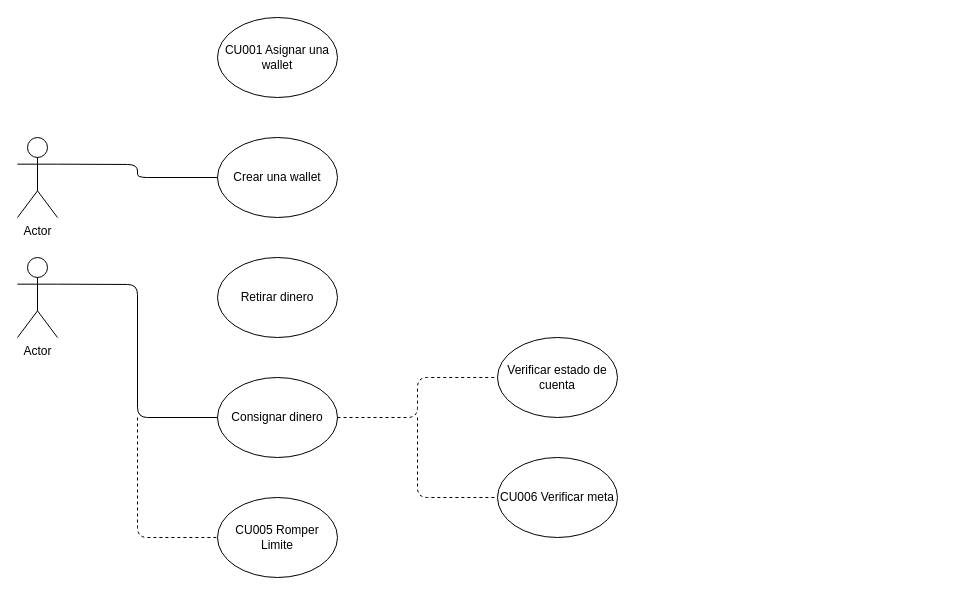
Earlier version of the draw.io diagram page "Page-1" (1 of 2) of Untitled Diagram.drawio (FranciscoMB21/group28java). Source tidied: cells renumbered, new cells numbered last; positions are measured from the earlier drawing's top-left corner, leaving out a move shared by most shapes. Both pictures are drawn from the tidied source at 100%, with x=0, y=0 at pixel (17, 17).
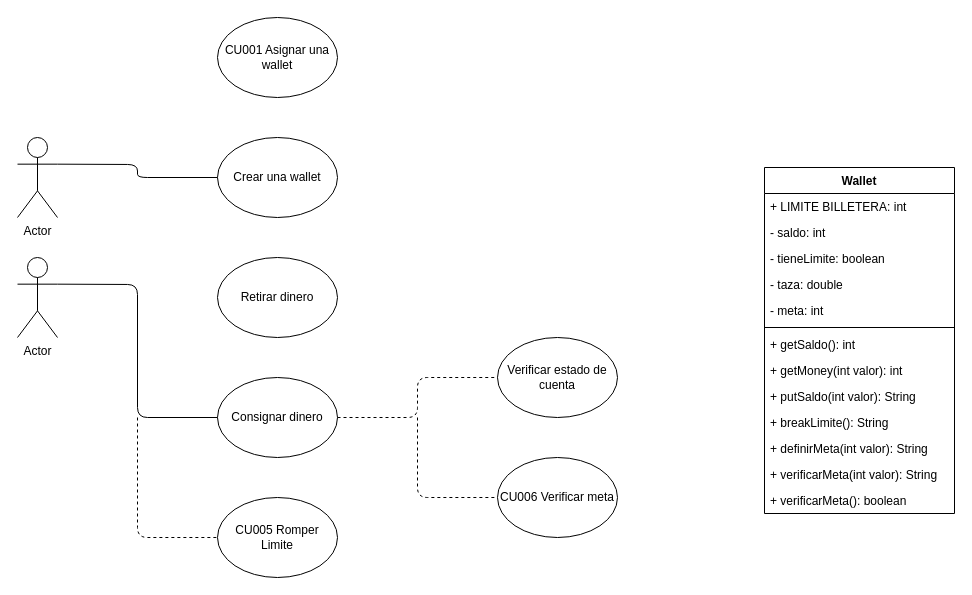
The same diagram, later.

The edit, as a diff of the source:
```diff
@@
+    <mxCell id="16" value="Wallet" style="swimlane;fontStyle=1;align=center;verticalAlign=top;horizontal=1;startSize=26;" parent="1" vertex="1">
+      <mxGeometry x="747" y="150" width="190" height="346" as="geometry" />
+    </mxCell>
+    <mxCell id="17" value="+ LIMITE BILLETERA: int&#10;" style="text;strokeColor=none;fillColor=none;align=left;verticalAlign=top;spacingLeft=4;spacingRight=4;overflow=hidden;" parent="16" vertex="1">
+      <mxGeometry y="26" width="190" height="26" as="geometry" />
+    </mxCell>
+    <mxCell id="18" value="- saldo: int&#10;" style="text;strokeColor=none;fillColor=none;align=left;verticalAlign=top;spacingLeft=4;spacingRight=4;overflow=hidden;" parent="16" vertex="1">
+      <mxGeometry y="52" width="190" height="26" as="geometry" />
+    </mxCell>
+    <mxCell id="19" value="- tieneLimite: boolean" style="text;strokeColor=none;fillColor=none;align=left;verticalAlign=top;spacingLeft=4;spacingRight=4;overflow=hidden;" parent="16" vertex="1">
+      <mxGeometry y="78" width="190" height="26" as="geometry" />
+    </mxCell>
+    <mxCell id="20" value="- taza: double" style="text;strokeColor=none;fillColor=none;align=left;verticalAlign=top;spacingLeft=4;spacingRight=4;overflow=hidden;" parent="16" vertex="1">
+      <mxGeometry y="104" width="190" height="26" as="geometry" />
+    </mxCell>
+    <mxCell id="21" value="- meta: int" style="text;strokeColor=none;fillColor=none;align=left;verticalAlign=top;spacingLeft=4;spacingRight=4;overflow=hidden;" parent="16" vertex="1">
+      <mxGeometry y="130" width="190" height="26" as="geometry" />
+    </mxCell>
+    <mxCell id="22" style="line;strokeWidth=1;fillColor=none;align=left;verticalAlign=middle;spacingTop=-1;spacingLeft=3;spacingRight=3;labelPosition=right;" parent="16" vertex="1">
+      <mxGeometry y="156" width="190" height="8" as="geometry" />
+    </mxCell>
+    <mxCell id="23" value="+ getSaldo(): int" style="text;strokeColor=none;fillColor=none;align=left;verticalAlign=top;spacingLeft=4;spacingRight=4;overflow=hidden;" parent="16" vertex="1">
+      <mxGeometry y="164" width="190" height="26" as="geometry" />
+    </mxCell>
+    <mxCell id="24" value="+ getMoney(int valor): int" style="text;strokeColor=none;fillColor=none;align=left;verticalAlign=top;spacingLeft=4;spacingRight=4;overflow=hidden;" parent="16" vertex="1">
+      <mxGeometry y="190" width="190" height="26" as="geometry" />
+    </mxCell>
+    <mxCell id="25" value="+ putSaldo(int valor): String" style="text;strokeColor=none;fillColor=none;align=left;verticalAlign=top;spacingLeft=4;spacingRight=4;overflow=hidden;" parent="16" vertex="1">
+      <mxGeometry y="216" width="190" height="26" as="geometry" />
+    </mxCell>
+    <mxCell id="26" value="+ breakLimite(): String" style="text;strokeColor=none;fillColor=none;align=left;verticalAlign=top;spacingLeft=4;spacingRight=4;overflow=hidden;" parent="16" vertex="1">
+      <mxGeometry y="242" width="190" height="26" as="geometry" />
+    </mxCell>
+    <mxCell id="27" value="+ definirMeta(int valor): String" style="text;strokeColor=none;fillColor=none;align=left;verticalAlign=top;spacingLeft=4;spacingRight=4;overflow=hidden;" parent="16" vertex="1">
+      <mxGeometry y="268" width="190" height="26" as="geometry" />
+    </mxCell>
+    <mxCell id="28" value="+ verificarMeta(int valor): String" style="text;strokeColor=none;fillColor=none;align=left;verticalAlign=top;spacingLeft=4;spacingRight=4;overflow=hidden;" parent="16" vertex="1">
+      <mxGeometry y="294" width="190" height="26" as="geometry" />
+    </mxCell>
+    <mxCell id="29" value="+ verificarMeta(): boolean" style="text;strokeColor=none;fillColor=none;align=left;verticalAlign=top;spacingLeft=4;spacingRight=4;overflow=hidden;" parent="16" vertex="1">
+      <mxGeometry y="320" width="190" height="26" as="geometry" />
+    </mxCell>
```
